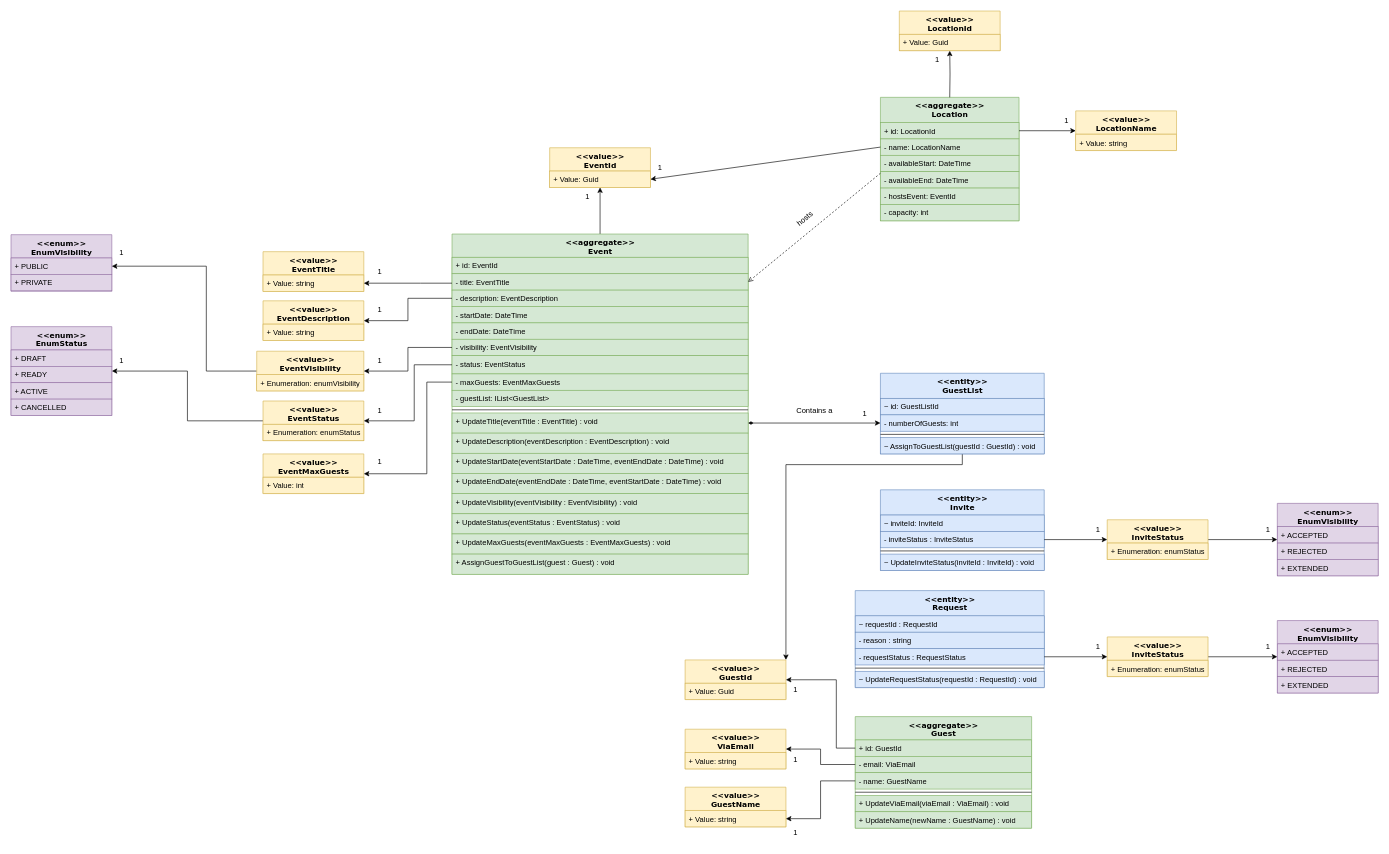
Before: Assignment_1/Concrete Domain Model.drawio in Emil645h/VIAEventAssociation, a draw.io diagram. Source tidied: cells renumbered, new cells numbered last; positions are measured from the earlier drawing's top-left corner, leaving out a move shared by most shapes. Both pictures are drawn from the tidied source at 63%, with x=0, y=0 at pixel (11, 11).
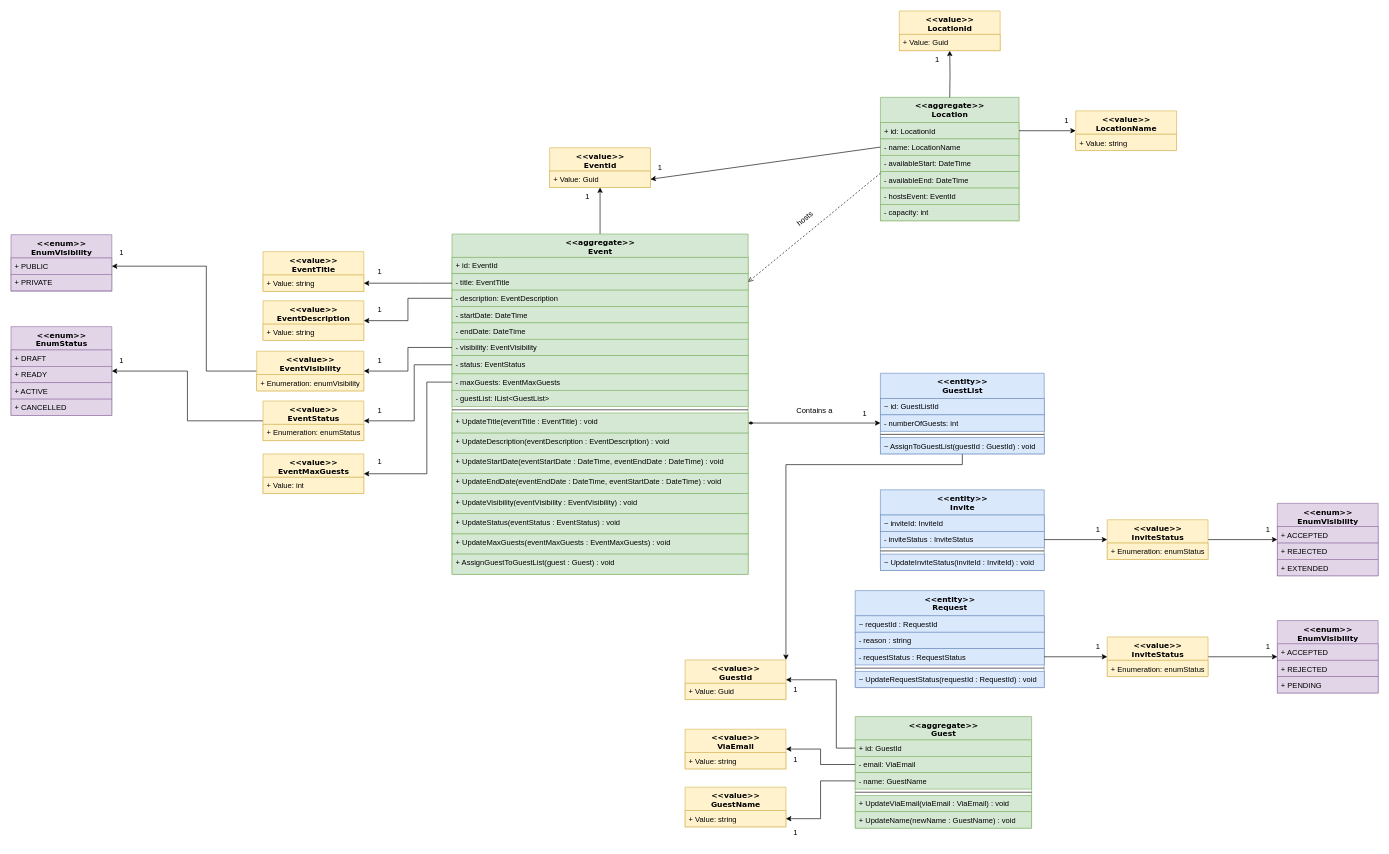
After the change.

Commit message:
Draft 3.1 - Incomplete - Concrete Domain Model.drawio

The change refers to these unchanged cells:
```xml
<mxCell id="127" value="&amp;lt;&amp;lt;enum&amp;gt;&amp;gt;&lt;div&gt;EnumVisibility&lt;/div&gt;" style="swimlane;html=1;fontStyle=1;align=center;verticalAlign=top;horizontal=1;startSize=37;swimlaneFillColor=#ffffff;rounded=0;shadow=0;comic=0;labelBackgroundColor=none;strokeWidth=1;fontFamily=Verdana;fontSize=12;fillColor=#e1d5e7;strokeColor=#9673a6;" parent="1" vertex="1">
  <mxGeometry x="2010" y="967.5" width="160" height="115" as="geometry" />
</mxCell>
```

Diff of the diagram source:
```diff
@@
-    <mxCell id="130" value="+ EXTENDED" style="text;html=1;strokeColor=#9673a6;fillColor=#e1d5e7;align=left;verticalAlign=top;spacingLeft=4;spacingRight=4;whiteSpace=wrap;overflow=hidden;" parent="127" vertex="1">
+    <mxCell id="130" value="+ PENDING" style="text;html=1;strokeColor=#9673a6;fillColor=#e1d5e7;align=left;verticalAlign=top;spacingLeft=4;spacingRight=4;whiteSpace=wrap;overflow=hidden;" parent="127" vertex="1">
       <mxGeometry y="89" width="160" height="26" as="geometry" />
     </mxCell>
```
